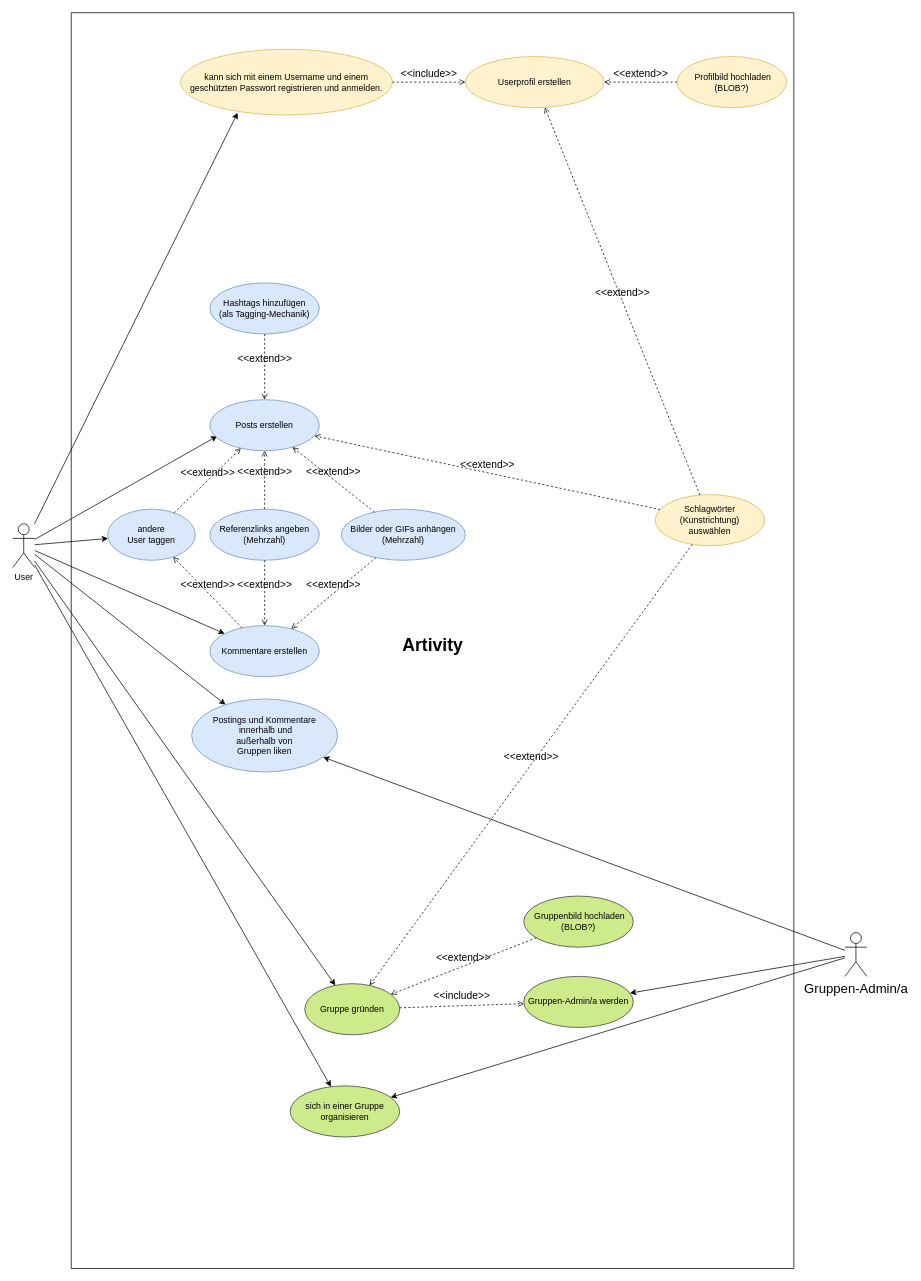
MaPankow/Artivity---Datenbankenprojekt-mit-MariaDB-und-SQLite keeps this draw.io diagram as Use-Case-Diagram.drawio. Above is the earlier version. Source tidied: cells renumbered, new cells numbered last; positions are measured from the earlier drawing's top-left corner, leaving out a move shared by most shapes. Both pictures are drawn from the tidied source at 73%, with x=0, y=0 at pixel (12, 12).
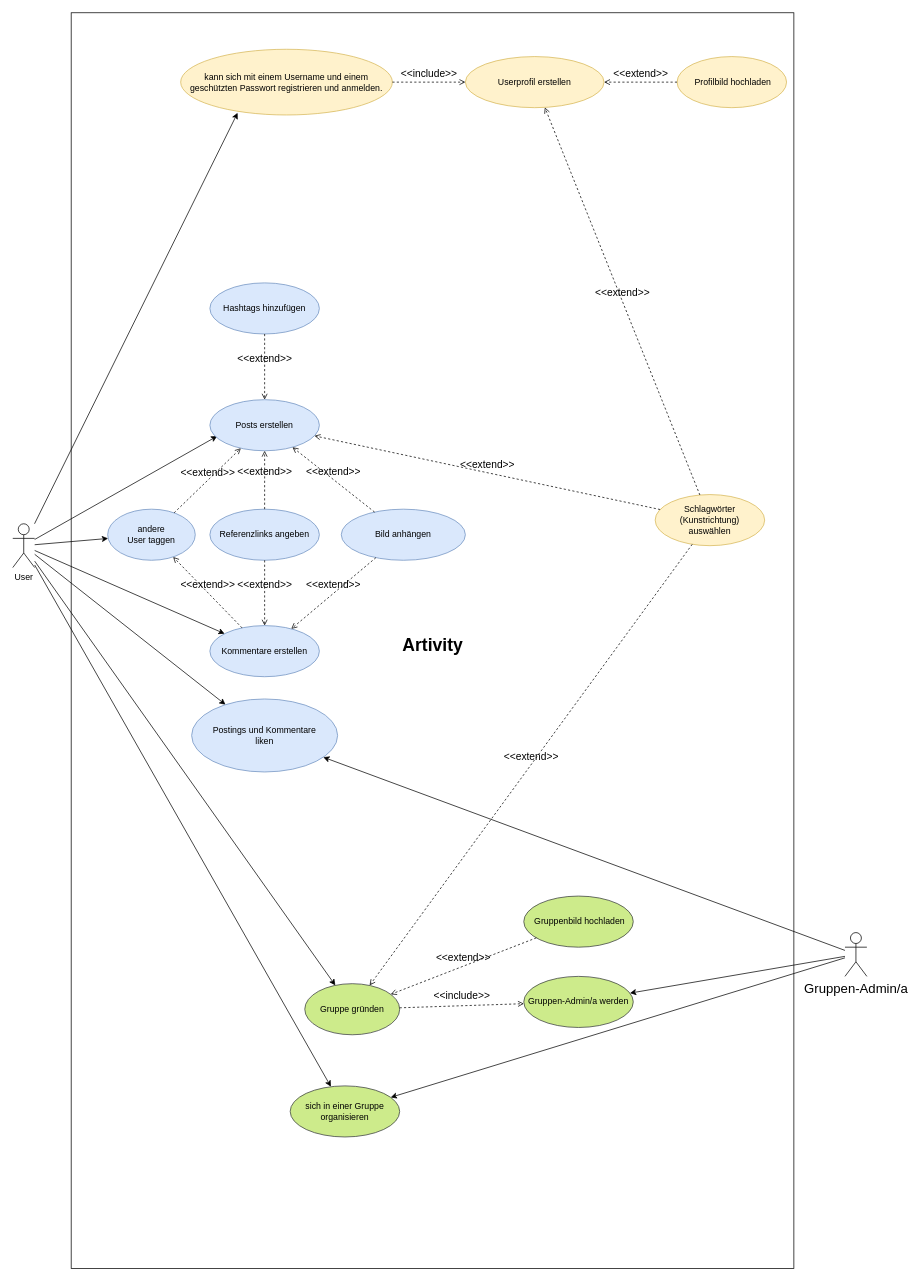
After the change.

The edit, as a diff of the source:
```diff
@@
-    <mxCell id="13" value="Hashtags hinzufügen&lt;br&gt;(als Tagging-Mechanik)" style="ellipse;whiteSpace=wrap;html=1;fillColor=#dae8fc;strokeColor=#6c8ebf;" parent="1" vertex="1">
+    <mxCell id="13" value="Hashtags hinzufügen" style="ellipse;whiteSpace=wrap;html=1;fillColor=#dae8fc;strokeColor=#6c8ebf;" parent="1" vertex="1">
       <mxGeometry x="270" y="370" width="150" height="70" as="geometry" />
     </mxCell>
-    <mxCell id="14" value="Referenzlinks angeben&lt;br&gt;(Mehrzahl)" style="ellipse;whiteSpace=wrap;html=1;fillColor=#dae8fc;strokeColor=#6c8ebf;" parent="1" vertex="1">
+    <mxCell id="14" value="Referenzlinks angeben" style="ellipse;whiteSpace=wrap;html=1;fillColor=#dae8fc;strokeColor=#6c8ebf;" parent="1" vertex="1">
       <mxGeometry x="270" y="680" width="150" height="70" as="geometry" />
     </mxCell>
-    <mxCell id="15" value="Bilder oder GIFs anhängen&lt;br&gt;(Mehrzahl)" style="ellipse;whiteSpace=wrap;html=1;fillColor=#dae8fc;strokeColor=#6c8ebf;" parent="1" vertex="1">
+    <mxCell id="15" value="Bild anhängen" style="ellipse;whiteSpace=wrap;html=1;fillColor=#dae8fc;strokeColor=#6c8ebf;" parent="1" vertex="1">
       <mxGeometry x="450" y="680" width="170" height="70" as="geometry" />
     </mxCell>
@@
-    <mxCell id="17" value="&amp;nbsp;Profilbild hochladen&lt;br&gt;(BLOB?)" style="ellipse;whiteSpace=wrap;html=1;fillColor=#fff2cc;strokeColor=#d6b656;" parent="1" vertex="1">
+    <mxCell id="17" value="&amp;nbsp;Profilbild hochladen" style="ellipse;whiteSpace=wrap;html=1;fillColor=#fff2cc;strokeColor=#d6b656;" parent="1" vertex="1">
       <mxGeometry x="910" y="60" width="150" height="70" as="geometry" />
     </mxCell>
@@
-    <mxCell id="27" value="&amp;nbsp;Gruppenbild hochladen&lt;br&gt;(BLOB?)" style="ellipse;whiteSpace=wrap;html=1;fillColor=#cdeb8b;strokeColor=#36393d;" parent="1" vertex="1">
+    <mxCell id="27" value="&amp;nbsp;Gruppenbild hochladen" style="ellipse;whiteSpace=wrap;html=1;fillColor=#cdeb8b;strokeColor=#36393d;" parent="1" vertex="1">
       <mxGeometry x="700" y="1210" width="150" height="70" as="geometry" />
     </mxCell>
@@
-    <mxCell id="40" value="Postings und Kommentare&lt;br&gt;&amp;nbsp;innerhalb und&lt;br&gt;außerhalb von &lt;br&gt;Gruppen liken" style="ellipse;whiteSpace=wrap;html=1;fillColor=#dae8fc;strokeColor=#6c8ebf;" parent="1" vertex="1">
+    <mxCell id="40" value="Postings und Kommentare&lt;br&gt;liken" style="ellipse;whiteSpace=wrap;html=1;fillColor=#dae8fc;strokeColor=#6c8ebf;" parent="1" vertex="1">
       <mxGeometry x="245" y="940" width="200" height="100" as="geometry" />
     </mxCell>
```
